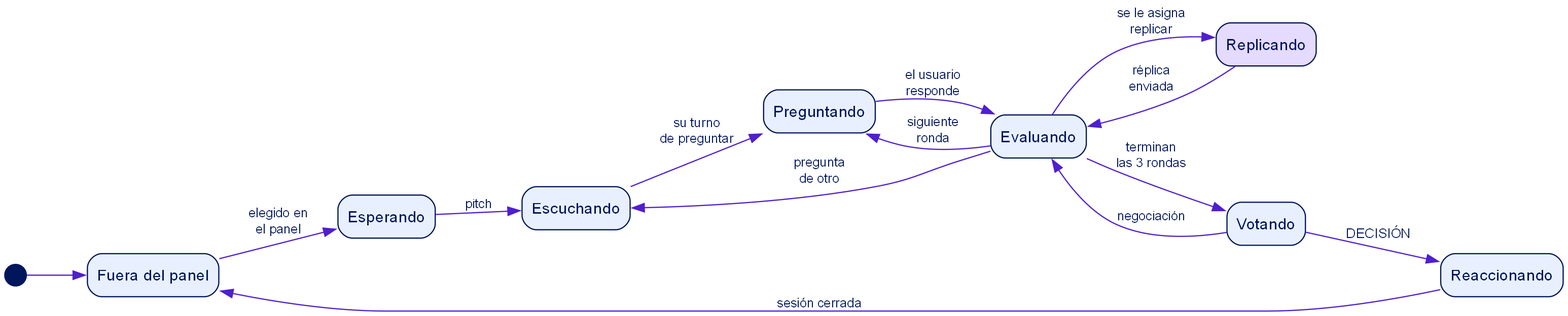
This is docs/figuras/f02_estados_tiburon.png from albertolopezb/NeuralHub, a Graphviz export, as it was before one commit. Its source is kept beside it as docs/figuras/f02_estados_tiburon.dot.
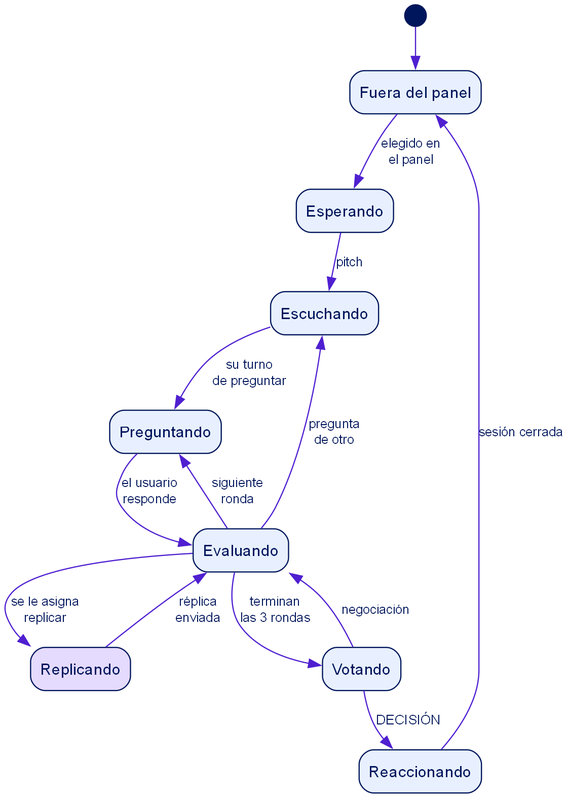
Above is the later version.

The edit, as a diff of the source:
```diff
@@ -1,4 +1,4 @@
-digraph G{ bgcolor=white; fontname="Helvetica"; node[fontname="Helvetica",fontsize=13,color="#00165C",fontcolor="#00165C",style="rounded,filled",fillcolor="#E8F0FF",shape=box]; edge[fontname="Helvetica",fontsize=11,color="#4F1FD0",fontcolor="#00165C"]; rankdir=LR; nodesep=.5; ranksep=.7;
+digraph G{ bgcolor=white; fontname="Helvetica"; node[fontname="Helvetica",fontsize=13,color="#00165C",fontcolor="#00165C",style="rounded,filled",fillcolor="#E8F0FF",shape=box]; edge[fontname="Helvetica",fontsize=11,color="#4F1FD0",fontcolor="#00165C"]; rankdir=TB; nodesep=.6; ranksep=.5;
 s[shape=circle,label="",width=.25,fillcolor="#00165C"];
 Fuera[label="Fuera del panel"]; Esp[label="Esperando"]; Esc[label="Escuchando"]; Pre[label="Preguntando"]; Eva[label="Evaluando"]; Rep[label="Replicando",fillcolor="#E5DBFF"]; Vot[label="Votando"]; Rea[label="Reaccionando"];
 s->Fuera; Fuera->Esp[label="elegido en
```
